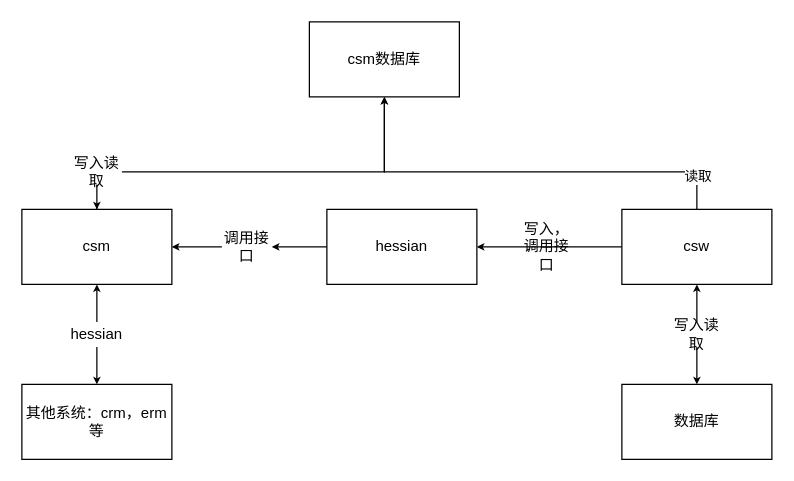
Before: newModel.drawio in lin-owen/hello-world, a draw.io diagram. Source tidied: cells renumbered, new cells numbered last; positions are measured from the earlier drawing's top-left corner, leaving out a move shared by most shapes. Both pictures are drawn from the tidied source at 125%, with x=0, y=0 at pixel (21, 21).
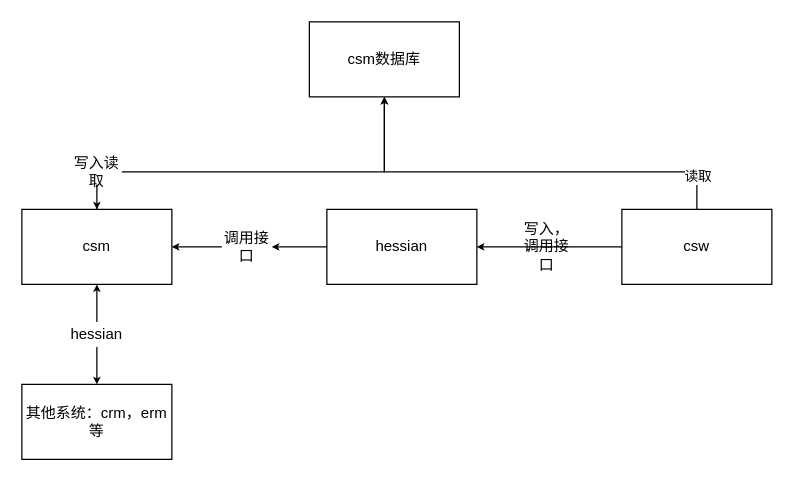
The same diagram, later.

The change refers to these unchanged cells:
```xml
<mxCell id="9" value="csw" style="rounded=0;whiteSpace=wrap;html=1;" parent="1" vertex="1">
  <mxGeometry x="480" y="150" width="120" height="60" as="geometry" />
</mxCell>
```

The edit, as a diff of the source:
```diff
@@
-    <mxCell id="10" value="数据库" style="rounded=0;whiteSpace=wrap;html=1;" parent="1" vertex="1">
-      <mxGeometry x="480" y="290" width="120" height="60" as="geometry" />
-    </mxCell>
@@
-    <mxCell id="14" style="edgeStyle=orthogonalEdgeStyle;rounded=0;jettySize=auto;html=1;startSize=3;endSize=3;" parent="1" edge="1" source="16" target="9">
-      <mxGeometry relative="1" as="geometry" />
-    </mxCell>
-    <mxCell id="15" style="edgeStyle=orthogonalEdgeStyle;rounded=0;jettySize=auto;html=1;startSize=3;endSize=3;" parent="1" edge="1" source="16" target="10">
-      <mxGeometry relative="1" as="geometry" />
-    </mxCell>
-    <mxCell id="16" value="写入读取" style="text;html=1;strokeColor=none;fillColor=none;align=center;verticalAlign=middle;whiteSpace=wrap;rounded=0;" parent="1" vertex="1">
-      <mxGeometry x="520" y="240" width="40" height="20" as="geometry" />
-    </mxCell>
```
